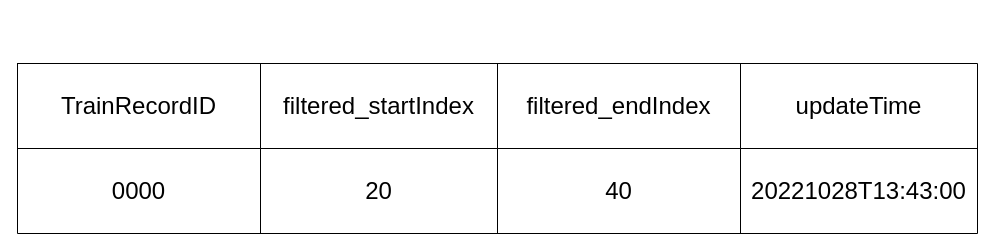
pengzhen80/PigeonRace keeps this draw.io diagram as page "database design" (18 of 18) of gpsDataAnalysisFunctionDesion.drawio. Above is the earlier version. Source tidied: cells renumbered, new cells numbered last; positions are measured from the earlier drawing's top-left corner, leaving out a move shared by most shapes. Both pictures are drawn from the tidied source at 100%, with x=0, y=0 at pixel (17, 63).
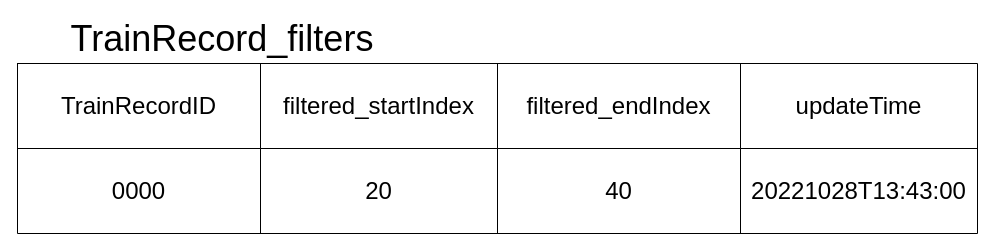
The same page after the edit.

Diff of the diagram source:
```diff
@@
 <mxGraphModel>
   <root>
     <mxCell id="0" />
     <mxCell id="1" parent="0" />
     <mxCell id="2" style="shape=table;startSize=0;childLayout=tableLayout;" parent="1" vertex="1">
       <mxGeometry width="960" height="170" as="geometry" />
     </mxCell>
     <mxCell id="3" style="shape=tableRow;horizontal=0;startSize=0;swimlaneHead=0;swimlaneBody=0;top=0;left=0;bottom=0;right=0;fillColor=none;" parent="2" vertex="1">
       <mxGeometry width="960" height="85" as="geometry" />
     </mxCell>
     <mxCell id="4" value="&lt;font style=&quot;font-size: 24px;&quot;&gt;TrainRecordID&lt;/font&gt;" style="shape=partialRectangle;html=1;whiteSpace=wrap;overflow=hidden;fillColor=none;top=0;left=0;bottom=0;right=0;" parent="3" vertex="1">
       <mxGeometry width="243" height="85" as="geometry" />
     </mxCell>
     <mxCell id="5" value="&lt;font style=&quot;font-size: 24px;&quot;&gt;filtered_startIndex&lt;/font&gt;" style="shape=partialRectangle;html=1;whiteSpace=wrap;overflow=hidden;fillColor=none;top=0;left=0;bottom=0;right=0;" parent="3" vertex="1">
       <mxGeometry x="243" width="237" height="85" as="geometry" />
     </mxCell>
     <mxCell id="6" value="&lt;span style=&quot;font-size: 24px;&quot;&gt;filtered_endIndex&lt;/span&gt;" style="shape=partialRectangle;html=1;whiteSpace=wrap;overflow=hidden;fillColor=none;top=0;left=0;bottom=0;right=0;" parent="3" vertex="1">
       <mxGeometry x="480" width="243" height="85" as="geometry" />
     </mxCell>
     <mxCell id="7" value="&lt;font style=&quot;font-size: 24px;&quot;&gt;updateTime&lt;/font&gt;" style="shape=partialRectangle;html=1;whiteSpace=wrap;overflow=hidden;fillColor=none;top=0;left=0;bottom=0;right=0;" parent="3" vertex="1">
       <mxGeometry x="723" width="237" height="85" as="geometry" />
     </mxCell>
     <mxCell id="8" style="shape=tableRow;horizontal=0;startSize=0;swimlaneHead=0;swimlaneBody=0;top=0;left=0;bottom=0;right=0;fillColor=none;" parent="2" vertex="1">
       <mxGeometry y="85" width="960" height="85" as="geometry" />
     </mxCell>
     <mxCell id="9" value="&lt;font style=&quot;font-size: 24px;&quot;&gt;0000&lt;/font&gt;" style="shape=partialRectangle;html=1;whiteSpace=wrap;overflow=hidden;fillColor=none;top=0;left=0;bottom=0;right=0;" parent="8" vertex="1">
       <mxGeometry width="243" height="85" as="geometry" />
     </mxCell>
     <mxCell id="10" value="&lt;font style=&quot;font-size: 24px;&quot;&gt;20&lt;/font&gt;" style="shape=partialRectangle;html=1;whiteSpace=wrap;overflow=hidden;fillColor=none;top=0;left=0;bottom=0;right=0;" parent="8" vertex="1">
       <mxGeometry x="243" width="237" height="85" as="geometry" />
     </mxCell>
     <mxCell id="11" value="&lt;font style=&quot;font-size: 24px;&quot;&gt;40&lt;/font&gt;" style="shape=partialRectangle;html=1;whiteSpace=wrap;overflow=hidden;fillColor=none;top=0;left=0;bottom=0;right=0;" parent="8" vertex="1">
       <mxGeometry x="480" width="243" height="85" as="geometry" />
     </mxCell>
     <mxCell id="12" value="&lt;font style=&quot;font-size: 24px;&quot;&gt;20221028T13:43:00&lt;/font&gt;" style="shape=partialRectangle;html=1;whiteSpace=wrap;overflow=hidden;fillColor=none;top=0;left=0;bottom=0;right=0;" parent="8" vertex="1">
       <mxGeometry x="723" width="237" height="85" as="geometry" />
     </mxCell>
+    <mxCell id="13" value="&lt;font style=&quot;font-size: 36px;&quot;&gt;TrainRecord_filters&lt;/font&gt;" style="text;html=1;strokeColor=none;fillColor=none;align=center;verticalAlign=middle;whiteSpace=wrap;rounded=0;fontSize=24;" parent="1" vertex="1">
+      <mxGeometry y="-40" width="410" height="30" as="geometry" />
+    </mxCell>
   </root>
 </mxGraphModel>
```
